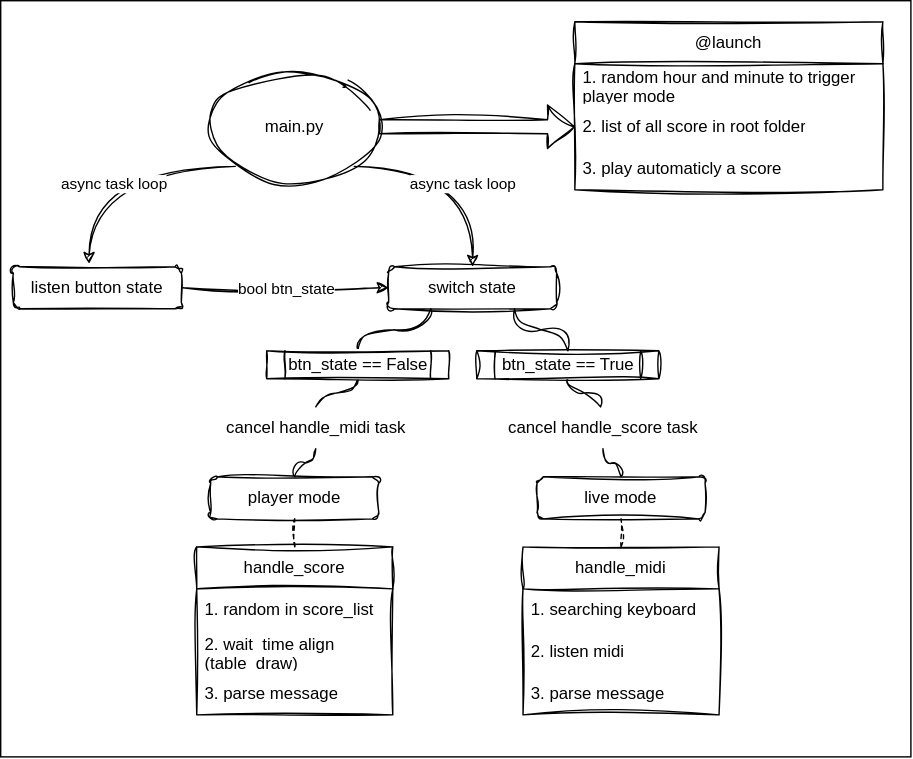
lan-ensad/cloches-sous-tension keeps this draw.io diagram as ressources/diagram-software.svg. Above is the earlier version. Source tidied: cells renumbered, new cells last; positions are measured from the earlier drawing's top-left corner, leaving out a move shared by most shapes.
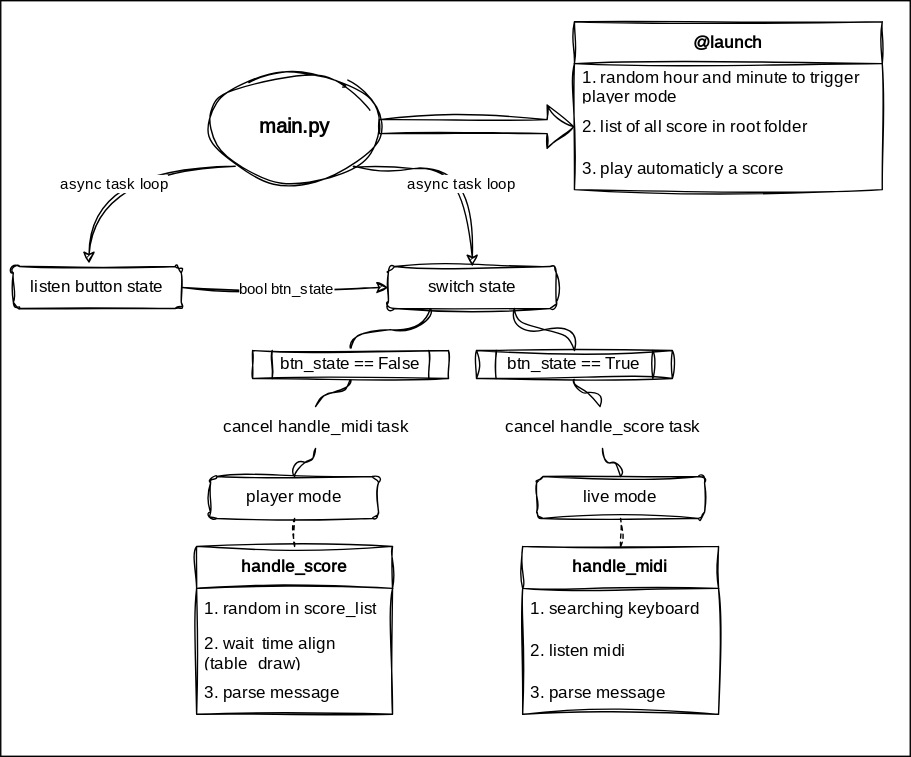
After the change.

The edit, as a diff of the source:
```diff
@@ -5,92 +5,92 @@
     <mxCell id="2" style="rounded=0;whiteSpace=wrap;html=1;hachureGap=4;fontFamily=Architects Daughter;fontSource=https%3A%2F%2Ffonts.googleapis.com%2Fcss%3Ffamily%3DArchitects%2BDaughter;fontSize=20;" parent="1" vertex="1">
       <mxGeometry width="650" height="540" as="geometry" />
     </mxCell>
-    <mxCell id="3" value="main.py" style="ellipse;whiteSpace=wrap;html=1;sketch=1;curveFitting=1;jiggle=2;" parent="1" vertex="1">
+    <mxCell id="3" value="main.py" style="ellipse;whiteSpace=wrap;html=1;sketch=1;curveFitting=1;jiggle=2;fontFamily=Architects Daughter;fontSource=https%3A%2F%2Ffonts.googleapis.com%2Fcss%3Ffamily%3DArchitects%2BDaughter;fontSize=14;fontStyle=1;" parent="1" vertex="1">
       <mxGeometry x="150" y="50" width="120" height="80" as="geometry" />
     </mxCell>
-    <mxCell id="4" value="listen button state" style="rounded=1;whiteSpace=wrap;html=1;sketch=1;curveFitting=1;jiggle=2;" parent="1" vertex="1">
+    <mxCell id="4" value="listen button state" style="rounded=1;whiteSpace=wrap;html=1;sketch=1;curveFitting=1;jiggle=2;fontFamily=Architects Daughter;fontSource=https%3A%2F%2Ffonts.googleapis.com%2Fcss%3Ffamily%3DArchitects%2BDaughter;" parent="1" vertex="1">
       <mxGeometry x="9" y="190" width="120" height="30" as="geometry" />
     </mxCell>
-    <mxCell id="5" style="edgeStyle=orthogonalEdgeStyle;html=1;exitX=0.75;exitY=1;exitDx=0;exitDy=0;entryX=0.5;entryY=0;entryDx=0;entryDy=0;endArrow=none;endFill=0;curved=1;sketch=1;curveFitting=1;jiggle=2;" parent="1" edge="1" source="7" target="34">
+    <mxCell id="5" style="edgeStyle=orthogonalEdgeStyle;html=1;exitX=0.75;exitY=1;exitDx=0;exitDy=0;entryX=0.5;entryY=0;entryDx=0;entryDy=0;endArrow=none;endFill=0;curved=1;sketch=1;curveFitting=1;jiggle=2;fontFamily=Architects Daughter;fontSource=https%3A%2F%2Ffonts.googleapis.com%2Fcss%3Ffamily%3DArchitects%2BDaughter;" parent="1" edge="1" source="7" target="34">
       <mxGeometry relative="1" as="geometry" />
     </mxCell>
-    <mxCell id="6" style="edgeStyle=orthogonalEdgeStyle;html=1;exitX=0.25;exitY=1;exitDx=0;exitDy=0;entryX=0.5;entryY=0;entryDx=0;entryDy=0;endArrow=none;endFill=0;curved=1;sketch=1;curveFitting=1;jiggle=2;" parent="1" edge="1" source="7" target="36">
+    <mxCell id="6" style="edgeStyle=orthogonalEdgeStyle;html=1;exitX=0.25;exitY=1;exitDx=0;exitDy=0;entryX=0.5;entryY=0;entryDx=0;entryDy=0;endArrow=none;endFill=0;curved=1;sketch=1;curveFitting=1;jiggle=2;fontFamily=Architects Daughter;fontSource=https%3A%2F%2Ffonts.googleapis.com%2Fcss%3Ffamily%3DArchitects%2BDaughter;" parent="1" edge="1" source="7" target="36">
       <mxGeometry relative="1" as="geometry" />
     </mxCell>
-    <mxCell id="7" value="switch state" style="rounded=1;whiteSpace=wrap;html=1;sketch=1;curveFitting=1;jiggle=2;" parent="1" vertex="1">
+    <mxCell id="7" value="switch state" style="rounded=1;whiteSpace=wrap;html=1;sketch=1;curveFitting=1;jiggle=2;fontFamily=Architects Daughter;fontSource=https%3A%2F%2Ffonts.googleapis.com%2Fcss%3Ffamily%3DArchitects%2BDaughter;" parent="1" vertex="1">
       <mxGeometry x="277" y="190" width="120" height="30" as="geometry" />
     </mxCell>
-    <mxCell id="8" style="edgeStyle=orthogonalEdgeStyle;html=1;exitX=0.5;exitY=0;exitDx=0;exitDy=0;endArrow=none;endFill=0;curved=1;sketch=1;curveFitting=1;jiggle=2;" parent="1" edge="1" source="9" target="37">
+    <mxCell id="8" style="edgeStyle=orthogonalEdgeStyle;html=1;exitX=0.5;exitY=0;exitDx=0;exitDy=0;endArrow=none;endFill=0;curved=1;sketch=1;curveFitting=1;jiggle=2;fontFamily=Architects Daughter;fontSource=https%3A%2F%2Ffonts.googleapis.com%2Fcss%3Ffamily%3DArchitects%2BDaughter;" parent="1" edge="1" source="9" target="37">
       <mxGeometry relative="1" as="geometry" />
     </mxCell>
-    <mxCell id="9" value="live mode" style="rounded=1;whiteSpace=wrap;html=1;sketch=1;curveFitting=1;jiggle=2;" parent="1" vertex="1">
+    <mxCell id="9" value="live mode" style="rounded=1;whiteSpace=wrap;html=1;sketch=1;curveFitting=1;jiggle=2;fontFamily=Architects Daughter;fontSource=https%3A%2F%2Ffonts.googleapis.com%2Fcss%3Ffamily%3DArchitects%2BDaughter;" parent="1" vertex="1">
       <mxGeometry x="383" y="340" width="120" height="30" as="geometry" />
     </mxCell>
-    <mxCell id="10" style="edgeStyle=orthogonalEdgeStyle;html=1;exitX=0.5;exitY=0;exitDx=0;exitDy=0;endArrow=none;endFill=0;curved=1;sketch=1;curveFitting=1;jiggle=2;" parent="1" edge="1" source="11" target="38">
+    <mxCell id="10" style="edgeStyle=orthogonalEdgeStyle;html=1;exitX=0.5;exitY=0;exitDx=0;exitDy=0;endArrow=none;endFill=0;curved=1;sketch=1;curveFitting=1;jiggle=2;fontFamily=Architects Daughter;fontSource=https%3A%2F%2Ffonts.googleapis.com%2Fcss%3Ffamily%3DArchitects%2BDaughter;" parent="1" edge="1" source="11" target="38">
       <mxGeometry relative="1" as="geometry" />
     </mxCell>
-    <mxCell id="11" value="player mode" style="rounded=1;whiteSpace=wrap;html=1;sketch=1;curveFitting=1;jiggle=2;" parent="1" vertex="1">
+    <mxCell id="11" value="player mode" style="rounded=1;whiteSpace=wrap;html=1;sketch=1;curveFitting=1;jiggle=2;fontFamily=Architects Daughter;fontSource=https%3A%2F%2Ffonts.googleapis.com%2Fcss%3Ffamily%3DArchitects%2BDaughter;" parent="1" vertex="1">
       <mxGeometry x="150" y="340" width="120" height="30" as="geometry" />
     </mxCell>
-    <mxCell id="12" value="handle_midi" style="swimlane;fontStyle=0;horizontal=1;startSize=30;whiteSpace=wrap;html=1;sketch=1;curveFitting=1;jiggle=2;" parent="1" vertex="1">
+    <mxCell id="12" value="&lt;b&gt;handle_midi&lt;/b&gt;" style="swimlane;fontStyle=0;horizontal=1;startSize=30;whiteSpace=wrap;html=1;sketch=1;curveFitting=1;jiggle=2;fontFamily=Architects Daughter;fontSource=https%3A%2F%2Ffonts.googleapis.com%2Fcss%3Ffamily%3DArchitects%2BDaughter;" parent="1" vertex="1">
       <mxGeometry x="373" y="390" width="140" height="120" as="geometry" />
     </mxCell>
-    <mxCell id="13" value="1. searching keyboard" style="text;strokeColor=none;fillColor=none;align=left;verticalAlign=middle;spacingLeft=4;spacingRight=4;overflow=hidden;whiteSpace=wrap;html=1;sketch=1;curveFitting=1;jiggle=2;" parent="12" vertex="1">
+    <mxCell id="13" value="1. searching keyboard" style="text;strokeColor=none;fillColor=none;align=left;verticalAlign=middle;spacingLeft=4;spacingRight=4;overflow=hidden;whiteSpace=wrap;html=1;sketch=1;curveFitting=1;jiggle=2;fontFamily=Architects Daughter;fontSource=https%3A%2F%2Ffonts.googleapis.com%2Fcss%3Ffamily%3DArchitects%2BDaughter;" parent="12" vertex="1">
       <mxGeometry y="30" width="140" height="30" as="geometry" />
     </mxCell>
-    <mxCell id="14" value="2. listen midi" style="text;strokeColor=none;fillColor=none;align=left;verticalAlign=middle;spacingLeft=4;spacingRight=4;overflow=hidden;whiteSpace=wrap;html=1;sketch=1;curveFitting=1;jiggle=2;" parent="12" vertex="1">
+    <mxCell id="14" value="2. listen midi" style="text;strokeColor=none;fillColor=none;align=left;verticalAlign=middle;spacingLeft=4;spacingRight=4;overflow=hidden;whiteSpace=wrap;html=1;sketch=1;curveFitting=1;jiggle=2;fontFamily=Architects Daughter;fontSource=https%3A%2F%2Ffonts.googleapis.com%2Fcss%3Ffamily%3DArchitects%2BDaughter;" parent="12" vertex="1">
       <mxGeometry y="60" width="140" height="30" as="geometry" />
     </mxCell>
-    <mxCell id="15" value="3. parse message" style="text;strokeColor=none;fillColor=none;align=left;verticalAlign=middle;spacingLeft=4;spacingRight=4;overflow=hidden;whiteSpace=wrap;html=1;sketch=1;curveFitting=1;jiggle=2;" parent="12" vertex="1">
+    <mxCell id="15" value="3. parse message" style="text;strokeColor=none;fillColor=none;align=left;verticalAlign=middle;spacingLeft=4;spacingRight=4;overflow=hidden;whiteSpace=wrap;html=1;sketch=1;curveFitting=1;jiggle=2;fontFamily=Architects Daughter;fontSource=https%3A%2F%2Ffonts.googleapis.com%2Fcss%3Ffamily%3DArchitects%2BDaughter;" parent="12" vertex="1">
       <mxGeometry y="90" width="140" height="30" as="geometry" />
     </mxCell>
-    <mxCell id="16" value="handle_score" style="swimlane;fontStyle=0;horizontal=1;startSize=30;whiteSpace=wrap;html=1;sketch=1;curveFitting=1;jiggle=2;" parent="1" vertex="1">
+    <mxCell id="16" value="&lt;b&gt;handle_score&lt;/b&gt;" style="swimlane;fontStyle=0;horizontal=1;startSize=30;whiteSpace=wrap;html=1;sketch=1;curveFitting=1;jiggle=2;fontFamily=Architects Daughter;fontSource=https%3A%2F%2Ffonts.googleapis.com%2Fcss%3Ffamily%3DArchitects%2BDaughter;" parent="1" vertex="1">
       <mxGeometry x="140" y="390" width="140" height="120" as="geometry" />
     </mxCell>
-    <mxCell id="17" value="1. random in score_list" style="text;strokeColor=none;fillColor=none;align=left;verticalAlign=middle;spacingLeft=4;spacingRight=4;overflow=hidden;whiteSpace=wrap;html=1;sketch=1;curveFitting=1;jiggle=2;" parent="16" vertex="1">
+    <mxCell id="17" value="1. random in score_list" style="text;strokeColor=none;fillColor=none;align=left;verticalAlign=middle;spacingLeft=4;spacingRight=4;overflow=hidden;whiteSpace=wrap;html=1;sketch=1;curveFitting=1;jiggle=2;fontFamily=Architects Daughter;fontSource=https%3A%2F%2Ffonts.googleapis.com%2Fcss%3Ffamily%3DArchitects%2BDaughter;" parent="16" vertex="1">
       <mxGeometry y="30" width="140" height="30" as="geometry" />
     </mxCell>
-    <mxCell id="18" value="2. wait&amp;nbsp; time align (table_draw)" style="text;strokeColor=none;fillColor=none;align=left;verticalAlign=middle;spacingLeft=4;spacingRight=4;overflow=hidden;whiteSpace=wrap;html=1;sketch=1;curveFitting=1;jiggle=2;" parent="16" vertex="1">
+    <mxCell id="18" value="2. wait&amp;nbsp; time align (table_draw)" style="text;strokeColor=none;fillColor=none;align=left;verticalAlign=middle;spacingLeft=4;spacingRight=4;overflow=hidden;whiteSpace=wrap;html=1;sketch=1;curveFitting=1;jiggle=2;fontFamily=Architects Daughter;fontSource=https%3A%2F%2Ffonts.googleapis.com%2Fcss%3Ffamily%3DArchitects%2BDaughter;" parent="16" vertex="1">
       <mxGeometry y="60" width="140" height="30" as="geometry" />
     </mxCell>
-    <mxCell id="19" value="3. parse message" style="text;strokeColor=none;fillColor=none;align=left;verticalAlign=middle;spacingLeft=4;spacingRight=4;overflow=hidden;whiteSpace=wrap;html=1;sketch=1;curveFitting=1;jiggle=2;" parent="16" vertex="1">
+    <mxCell id="19" value="3. parse message" style="text;strokeColor=none;fillColor=none;align=left;verticalAlign=middle;spacingLeft=4;spacingRight=4;overflow=hidden;whiteSpace=wrap;html=1;sketch=1;curveFitting=1;jiggle=2;fontFamily=Architects Daughter;fontSource=https%3A%2F%2Ffonts.googleapis.com%2Fcss%3Ffamily%3DArchitects%2BDaughter;" parent="16" vertex="1">
       <mxGeometry y="90" width="140" height="30" as="geometry" />
     </mxCell>
-    <mxCell id="20" value="@launch" style="swimlane;fontStyle=0;horizontal=1;startSize=30;whiteSpace=wrap;html=1;swimlaneLine=1;sketch=1;curveFitting=1;jiggle=2;" parent="1" vertex="1">
+    <mxCell id="20" value="&lt;b&gt;@launch&lt;/b&gt;" style="swimlane;fontStyle=0;horizontal=1;startSize=30;whiteSpace=wrap;html=1;swimlaneLine=1;sketch=1;curveFitting=1;jiggle=2;fontFamily=Architects Daughter;fontSource=https%3A%2F%2Ffonts.googleapis.com%2Fcss%3Ffamily%3DArchitects%2BDaughter;" parent="1" vertex="1">
       <mxGeometry x="410" y="15" width="220" height="120" as="geometry" />
     </mxCell>
-    <mxCell id="21" value="1. random hour and minute to trigger player mode" style="text;strokeColor=none;fillColor=none;align=left;verticalAlign=middle;spacingLeft=4;spacingRight=4;overflow=hidden;whiteSpace=wrap;html=1;sketch=1;curveFitting=1;jiggle=2;" parent="20" vertex="1">
+    <mxCell id="21" value="1. random hour and minute to trigger player mode" style="text;strokeColor=none;fillColor=none;align=left;verticalAlign=middle;spacingLeft=4;spacingRight=4;overflow=hidden;whiteSpace=wrap;html=1;sketch=1;curveFitting=1;jiggle=2;fontFamily=Architects Daughter;fontSource=https%3A%2F%2Ffonts.googleapis.com%2Fcss%3Ffamily%3DArchitects%2BDaughter;" parent="20" vertex="1">
       <mxGeometry y="30" width="220" height="30" as="geometry" />
     </mxCell>
-    <mxCell id="22" value="2. list of all score in root folder" style="text;strokeColor=none;fillColor=none;align=left;verticalAlign=middle;spacingLeft=4;spacingRight=4;overflow=hidden;points=[[0,0.5],[1,0.5]];portConstraint=eastwest;whiteSpace=wrap;html=1;sketch=1;curveFitting=1;jiggle=2;" parent="20" vertex="1">
+    <mxCell id="22" value="2. list of all score in root folder" style="text;strokeColor=none;fillColor=none;align=left;verticalAlign=middle;spacingLeft=4;spacingRight=4;overflow=hidden;points=[[0,0.5],[1,0.5]];portConstraint=eastwest;whiteSpace=wrap;html=1;sketch=1;curveFitting=1;jiggle=2;fontFamily=Architects Daughter;fontSource=https%3A%2F%2Ffonts.googleapis.com%2Fcss%3Ffamily%3DArchitects%2BDaughter;" parent="20" vertex="1">
       <mxGeometry y="60" width="220" height="30" as="geometry" />
     </mxCell>
-    <mxCell id="23" value="3. play automaticly a score" style="text;strokeColor=none;fillColor=none;align=left;verticalAlign=middle;spacingLeft=4;spacingRight=4;overflow=hidden;whiteSpace=wrap;html=1;sketch=1;curveFitting=1;jiggle=2;" parent="20" vertex="1">
+    <mxCell id="23" value="3. play automaticly a score" style="text;strokeColor=none;fillColor=none;align=left;verticalAlign=middle;spacingLeft=4;spacingRight=4;overflow=hidden;whiteSpace=wrap;html=1;sketch=1;curveFitting=1;jiggle=2;fontFamily=Architects Daughter;fontSource=https%3A%2F%2Ffonts.googleapis.com%2Fcss%3Ffamily%3DArchitects%2BDaughter;" parent="20" vertex="1">
       <mxGeometry y="90" width="220" height="30" as="geometry" />
     </mxCell>
-    <mxCell id="24" style="endArrow=none;dashed=1;html=1;entryX=0.5;entryY=1;entryDx=0;entryDy=0;exitX=0.5;exitY=0;exitDx=0;exitDy=0;sketch=1;curveFitting=1;jiggle=2;" parent="1" edge="1" source="12" target="9">
+    <mxCell id="24" style="endArrow=none;dashed=1;html=1;entryX=0.5;entryY=1;entryDx=0;entryDy=0;exitX=0.5;exitY=0;exitDx=0;exitDy=0;sketch=1;curveFitting=1;jiggle=2;fontFamily=Architects Daughter;fontSource=https%3A%2F%2Ffonts.googleapis.com%2Fcss%3Ffamily%3DArchitects%2BDaughter;" parent="1" edge="1" source="12" target="9">
       <mxGeometry relative="1" as="geometry" />
     </mxCell>
-    <mxCell id="25" style="endArrow=none;dashed=1;html=1;entryX=0.5;entryY=1;entryDx=0;entryDy=0;sketch=1;curveFitting=1;jiggle=2;" parent="1" edge="1" source="16" target="11">
+    <mxCell id="25" style="endArrow=none;dashed=1;html=1;entryX=0.5;entryY=1;entryDx=0;entryDy=0;sketch=1;curveFitting=1;jiggle=2;fontFamily=Architects Daughter;fontSource=https%3A%2F%2Ffonts.googleapis.com%2Fcss%3Ffamily%3DArchitects%2BDaughter;" parent="1" edge="1" source="16" target="11">
       <mxGeometry relative="1" as="geometry" />
     </mxCell>
-    <mxCell id="26" style="endArrow=classic;html=1;entryX=0;entryY=0.5;entryDx=0;entryDy=0;sketch=1;curveFitting=1;jiggle=2;" parent="1" edge="1" target="7">
+    <mxCell id="26" style="endArrow=classic;html=1;entryX=0;entryY=0.5;entryDx=0;entryDy=0;sketch=1;curveFitting=1;jiggle=2;fontFamily=Architects Daughter;fontSource=https%3A%2F%2Ffonts.googleapis.com%2Fcss%3Ffamily%3DArchitects%2BDaughter;" parent="1" edge="1" target="7">
       <mxGeometry relative="1" as="geometry">
         <mxPoint x="130" y="205" as="sourcePoint" />
       </mxGeometry>
     </mxCell>
-    <mxCell id="27" value="bool btn_state" style="edgeLabel;html=1;align=center;verticalAlign=middle;sketch=1;curveFitting=1;jiggle=2;" parent="26" vertex="1">
+    <mxCell id="27" value="bool btn_state" style="edgeLabel;html=1;align=center;verticalAlign=middle;sketch=1;curveFitting=1;jiggle=2;fontFamily=Architects Daughter;fontSource=https%3A%2F%2Ffonts.googleapis.com%2Fcss%3Ffamily%3DArchitects%2BDaughter;" parent="26" vertex="1">
       <mxGeometry relative="1" as="geometry" />
     </mxCell>
-    <mxCell id="28" style="endArrow=classic;html=1;entryX=0.451;entryY=-0.072;entryDx=0;entryDy=0;exitX=0;exitY=1;exitDx=0;exitDy=0;entryPerimeter=0;edgeStyle=orthogonalEdgeStyle;curved=1;sketch=1;curveFitting=1;jiggle=2;" parent="1" edge="1" source="3" target="4">
+    <mxCell id="28" style="endArrow=classic;html=1;entryX=0.451;entryY=-0.072;entryDx=0;entryDy=0;exitX=0;exitY=1;exitDx=0;exitDy=0;entryPerimeter=0;edgeStyle=orthogonalEdgeStyle;curved=1;sketch=1;curveFitting=1;jiggle=2;fontFamily=Architects Daughter;fontSource=https%3A%2F%2Ffonts.googleapis.com%2Fcss%3Ffamily%3DArchitects%2BDaughter;" parent="1" edge="1" source="3" target="4">
       <mxGeometry relative="1" as="geometry" />
     </mxCell>
-    <mxCell id="29" value="async task loop" style="edgeLabel;html=1;align=center;verticalAlign=middle;sketch=1;curveFitting=1;jiggle=2;" parent="28" vertex="1">
+    <mxCell id="29" value="async task loop" style="edgeLabel;html=1;align=center;verticalAlign=middle;sketch=1;curveFitting=1;jiggle=2;fontFamily=Architects Daughter;fontSource=https%3A%2F%2Ffonts.googleapis.com%2Fcss%3Ffamily%3DArchitects%2BDaughter;" parent="28" vertex="1">
       <mxGeometry relative="1" as="geometry">
         <mxPoint y="12" as="offset" />
       </mxGeometry>
     </mxCell>
-    <mxCell id="30" style="endArrow=classic;html=1;entryX=0.5;entryY=0;entryDx=0;entryDy=0;exitX=1;exitY=1;exitDx=0;exitDy=0;edgeStyle=orthogonalEdgeStyle;curved=1;sketch=1;curveFitting=1;jiggle=2;" parent="1" edge="1" source="3" target="7">
+    <mxCell id="30" style="endArrow=classic;html=1;entryX=0.5;entryY=0;entryDx=0;entryDy=0;exitX=1;exitY=1;exitDx=0;exitDy=0;edgeStyle=orthogonalEdgeStyle;curved=1;sketch=1;curveFitting=1;jiggle=2;fontFamily=Architects Daughter;fontSource=https%3A%2F%2Ffonts.googleapis.com%2Fcss%3Ffamily%3DArchitects%2BDaughter;" parent="1" edge="1" source="3" target="7">
       <mxGeometry relative="1" as="geometry">
         <Array as="points">
           <mxPoint x="252" y="120" />
@@ -98,30 +98,30 @@
         </Array>
       </mxGeometry>
     </mxCell>
-    <mxCell id="31" value="async task loop" style="edgeLabel;html=1;align=center;verticalAlign=middle;sketch=1;curveFitting=1;jiggle=2;" parent="30" vertex="1">
+    <mxCell id="31" value="async task loop" style="edgeLabel;html=1;align=center;verticalAlign=middle;sketch=1;curveFitting=1;jiggle=2;fontFamily=Architects Daughter;fontSource=https%3A%2F%2Ffonts.googleapis.com%2Fcss%3Ffamily%3DArchitects%2BDaughter;" parent="30" vertex="1">
       <mxGeometry relative="1" as="geometry">
         <mxPoint y="10" as="offset" />
       </mxGeometry>
     </mxCell>
-    <mxCell id="32" style="shape=flexArrow;endArrow=classic;html=1;curved=1;entryX=0;entryY=0.5;entryDx=0;entryDy=0;exitX=1;exitY=0.5;exitDx=0;exitDy=0;sketch=1;curveFitting=1;jiggle=2;" parent="1" edge="1" source="3" target="22">
+    <mxCell id="32" style="shape=flexArrow;endArrow=classic;html=1;curved=1;entryX=0;entryY=0.5;entryDx=0;entryDy=0;exitX=1;exitY=0.5;exitDx=0;exitDy=0;sketch=1;curveFitting=1;jiggle=2;fontFamily=Architects Daughter;fontSource=https%3A%2F%2Ffonts.googleapis.com%2Fcss%3Ffamily%3DArchitects%2BDaughter;" parent="1" edge="1" source="3" target="22">
       <mxGeometry relative="1" as="geometry" />
     </mxCell>
-    <mxCell id="33" style="edgeStyle=orthogonalEdgeStyle;html=1;exitX=0.5;exitY=1;exitDx=0;exitDy=0;entryX=0.49;entryY=0.003;entryDx=0;entryDy=0;entryPerimeter=0;endArrow=none;endFill=0;curved=1;sketch=1;curveFitting=1;jiggle=2;" parent="1" edge="1" source="34" target="37">
+    <mxCell id="33" style="edgeStyle=orthogonalEdgeStyle;html=1;exitX=0.5;exitY=1;exitDx=0;exitDy=0;entryX=0.49;entryY=0.003;entryDx=0;entryDy=0;entryPerimeter=0;endArrow=none;endFill=0;curved=1;sketch=1;curveFitting=1;jiggle=2;fontFamily=Architects Daughter;fontSource=https%3A%2F%2Ffonts.googleapis.com%2Fcss%3Ffamily%3DArchitects%2BDaughter;" parent="1" edge="1" source="34" target="37">
       <mxGeometry relative="1" as="geometry" />
     </mxCell>
-    <mxCell id="34" value="btn_state == True" style="shape=process;whiteSpace=wrap;html=1;backgroundOutline=1;sketch=1;curveFitting=1;jiggle=2;" parent="1" vertex="1">
-      <mxGeometry x="340" y="250" width="130" height="20" as="geometry" />
+    <mxCell id="34" value="btn_state == True" style="shape=process;whiteSpace=wrap;html=1;backgroundOutline=1;sketch=1;curveFitting=1;jiggle=2;fontFamily=Architects Daughter;fontSource=https%3A%2F%2Ffonts.googleapis.com%2Fcss%3Ffamily%3DArchitects%2BDaughter;" parent="1" vertex="1">
+      <mxGeometry x="340" y="250" width="140" height="20" as="geometry" />
     </mxCell>
-    <mxCell id="35" style="edgeStyle=orthogonalEdgeStyle;html=1;exitX=0.5;exitY=1;exitDx=0;exitDy=0;endArrow=none;endFill=0;curved=1;sketch=1;curveFitting=1;jiggle=2;" parent="1" edge="1" source="36" target="38">
+    <mxCell id="35" style="edgeStyle=orthogonalEdgeStyle;html=1;exitX=0.5;exitY=1;exitDx=0;exitDy=0;endArrow=none;endFill=0;curved=1;sketch=1;curveFitting=1;jiggle=2;fontFamily=Architects Daughter;fontSource=https%3A%2F%2Ffonts.googleapis.com%2Fcss%3Ffamily%3DArchitects%2BDaughter;" parent="1" edge="1" source="36" target="38">
       <mxGeometry relative="1" as="geometry" />
     </mxCell>
-    <mxCell id="36" value="btn_state == False" style="shape=process;whiteSpace=wrap;html=1;backgroundOutline=1;sketch=1;curveFitting=1;jiggle=2;" parent="1" vertex="1">
-      <mxGeometry x="190" y="250" width="130" height="20" as="geometry" />
+    <mxCell id="36" value="btn_state == False" style="shape=process;whiteSpace=wrap;html=1;backgroundOutline=1;sketch=1;curveFitting=1;jiggle=2;fontFamily=Architects Daughter;fontSource=https%3A%2F%2Ffonts.googleapis.com%2Fcss%3Ffamily%3DArchitects%2BDaughter;" parent="1" vertex="1">
+      <mxGeometry x="180" y="250" width="140" height="20" as="geometry" />
     </mxCell>
-    <mxCell id="37" value="cancel handle_score task" style="text;html=1;align=center;verticalAlign=middle;points=[];strokeColor=none;fillColor=none;sketch=1;curveFitting=1;jiggle=2;" parent="1" vertex="1">
-      <mxGeometry x="350" y="290" width="160" height="30" as="geometry" />
+    <mxCell id="37" value="cancel handle_score task" style="text;html=1;align=center;verticalAlign=middle;points=[];strokeColor=none;fillColor=none;sketch=1;curveFitting=1;jiggle=2;fontFamily=Architects Daughter;fontSource=https%3A%2F%2Ffonts.googleapis.com%2Fcss%3Ffamily%3DArchitects%2BDaughter;" parent="1" vertex="1">
+      <mxGeometry x="345" y="290" width="170" height="30" as="geometry" />
     </mxCell>
-    <mxCell id="38" value="cancel handle_midi task" style="text;html=1;align=center;verticalAlign=middle;points=[];strokeColor=none;fillColor=none;sketch=1;curveFitting=1;jiggle=2;" parent="1" vertex="1">
+    <mxCell id="38" value="cancel handle_midi task" style="text;html=1;align=center;verticalAlign=middle;points=[];strokeColor=none;fillColor=none;sketch=1;curveFitting=1;jiggle=2;fontFamily=Architects Daughter;fontSource=https%3A%2F%2Ffonts.googleapis.com%2Fcss%3Ffamily%3DArchitects%2BDaughter;" parent="1" vertex="1">
       <mxGeometry x="150" y="290" width="150" height="30" as="geometry" />
     </mxCell>
   </root>
```
